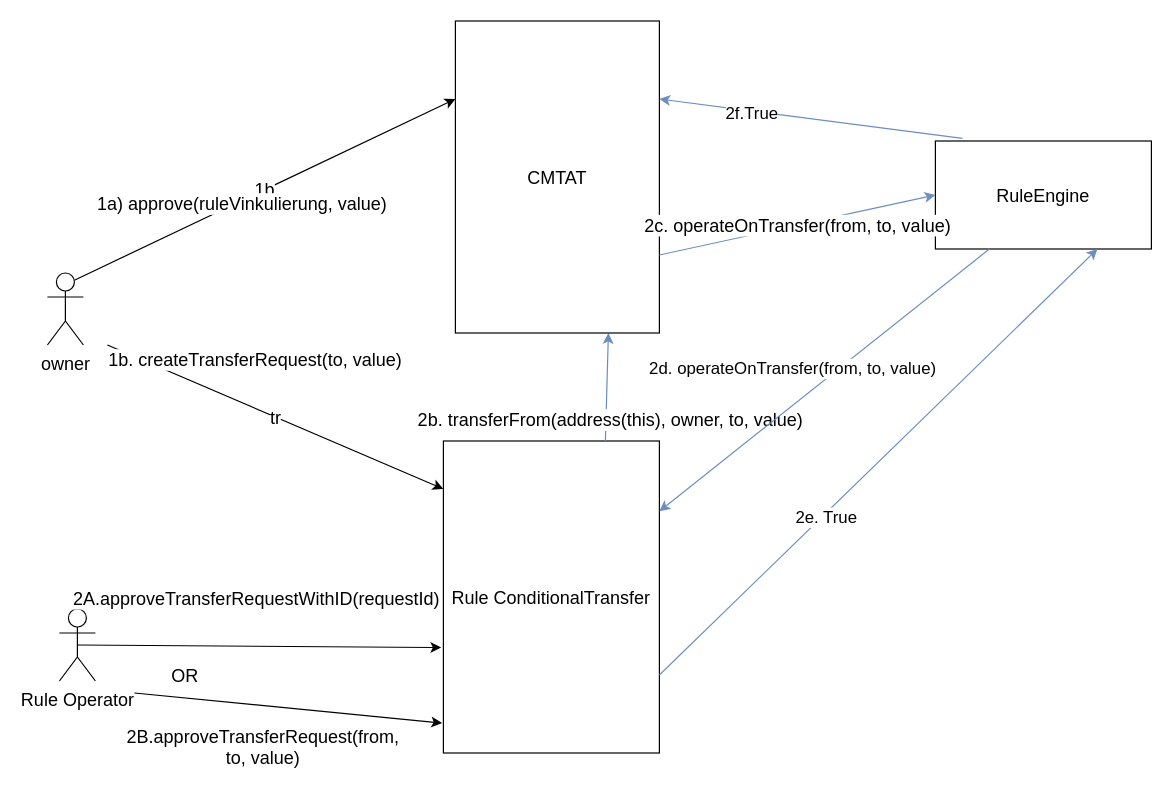
Earlier version of the draw.io diagram page "automaticTransfer" (3 of 6) of doc/schema/rule/conditionalTransfer.drawio (CMTA/RuleEngine). Source tidied: cells renumbered, new cells numbered last; positions are measured from the earlier drawing's top-left corner, leaving out a move shared by most shapes. Both pictures are drawn from the tidied source at 120%, with x=0, y=0 at pixel (47, 20).
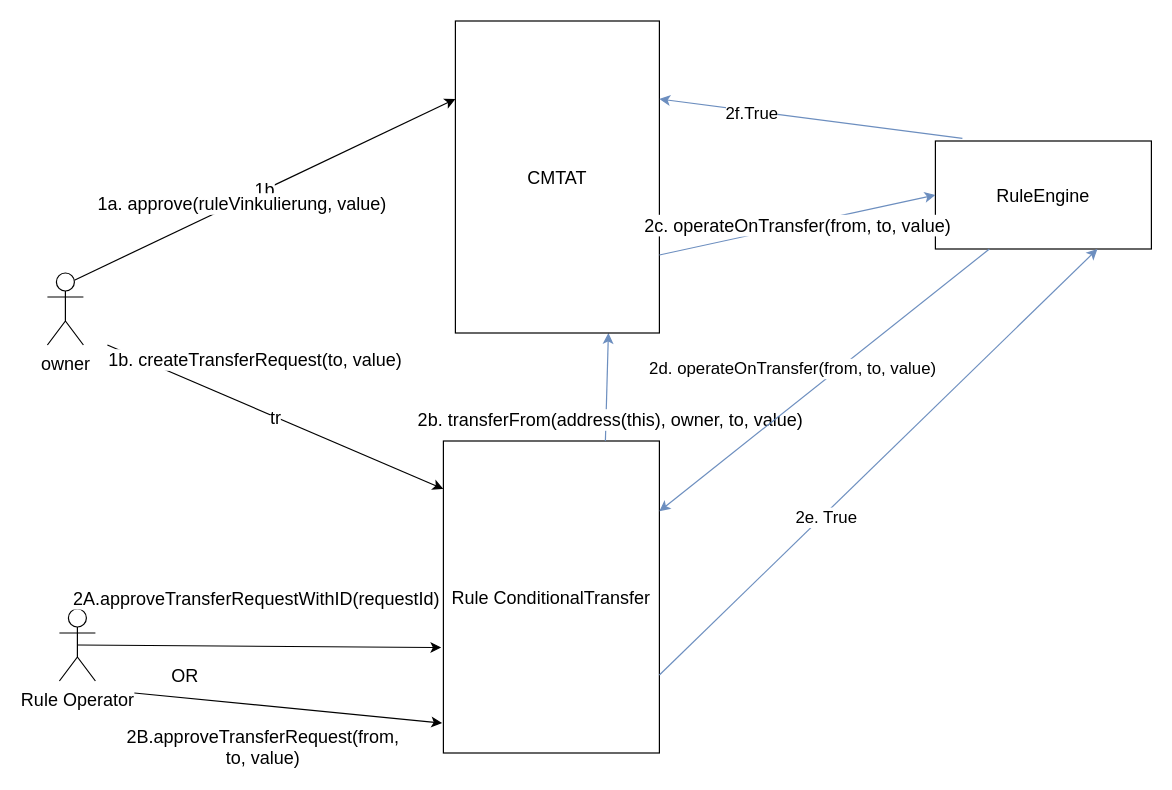
The same diagram, later.

The change refers to these unchanged cells:
```xml
<mxCell id="19" value="1b" style="endArrow=classic;html=1;rounded=0;entryX=0;entryY=0.25;entryDx=0;entryDy=0;fontSize=15;exitX=0.75;exitY=0.1;exitDx=0;exitDy=0;exitPerimeter=0;" parent="1" edge="1" source="2" target="11">
  <mxGeometry relative="1" as="geometry" />
</mxCell>
```

Change to the diagram source:
```diff
@@
-    <mxCell id="20" value="1a) approve(ruleVinkulierung, value)" style="edgeLabel;html=1;align=center;verticalAlign=middle;fontSize=15;" parent="19" vertex="1">
+    <mxCell id="20" value="1a. approve(ruleVinkulierung, value)" style="edgeLabel;html=1;align=center;verticalAlign=middle;fontSize=15;" parent="19" vertex="1">
       <mxGeometry x="-0.13" y="-1" relative="1" as="geometry" />
     </mxCell>
```
